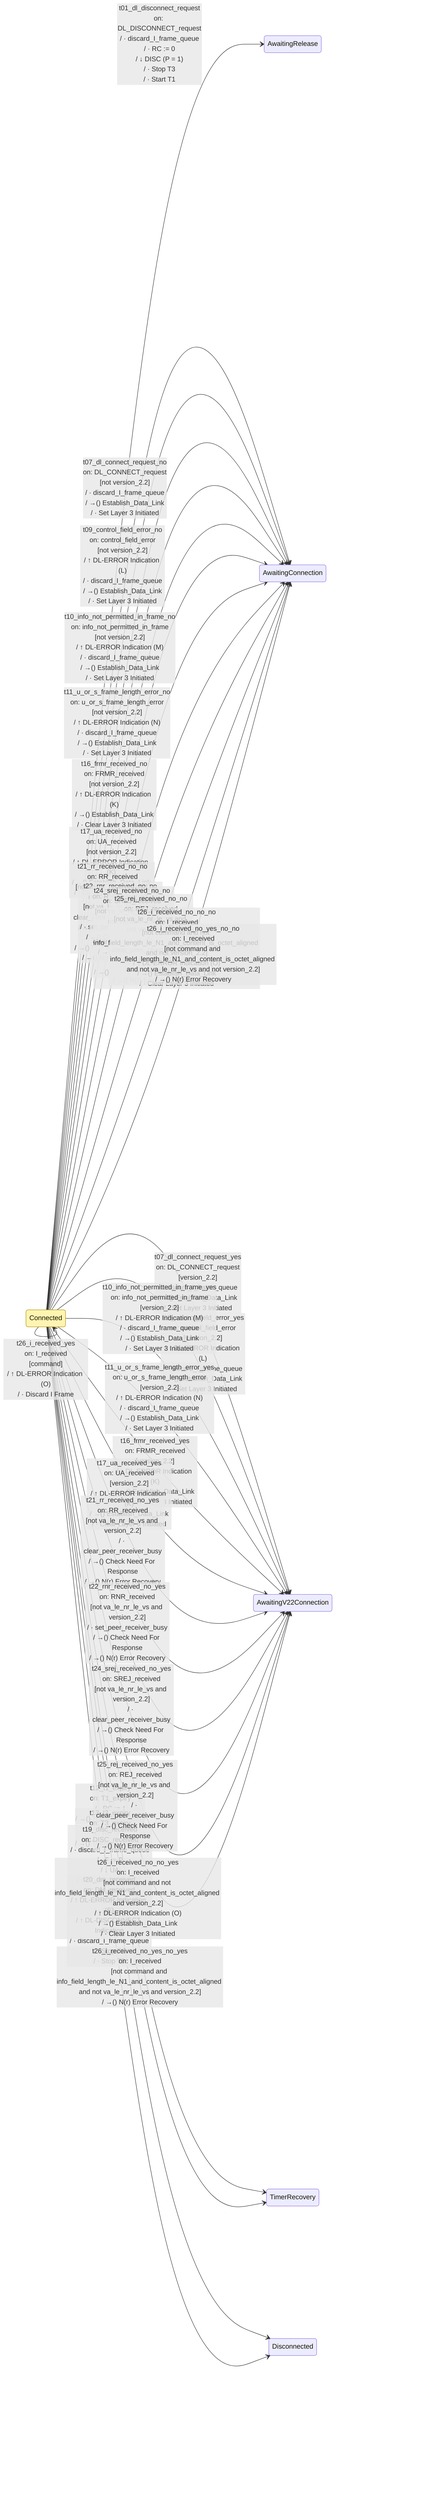
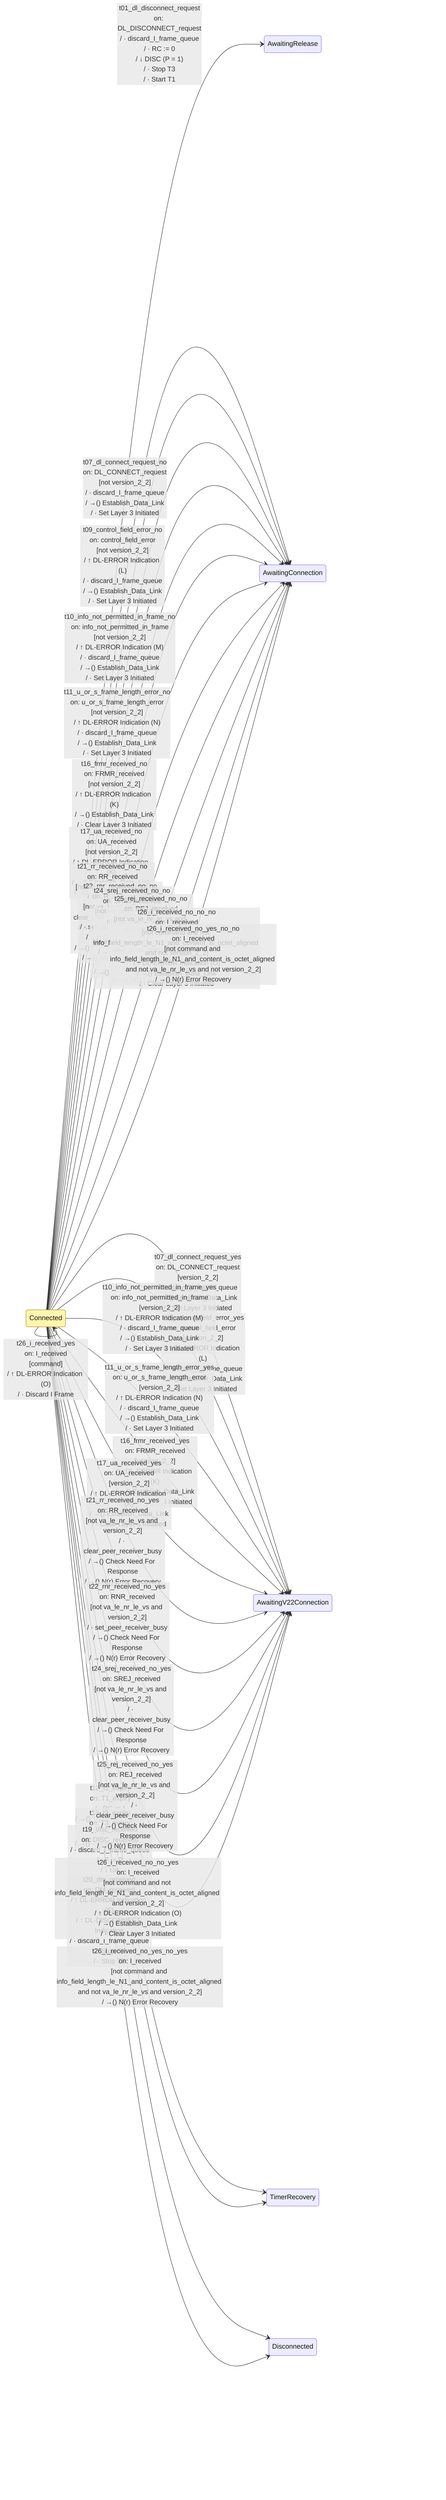
%% This file was produced by codegen/src/Packet.Sdl.CodeGen from spec-sdl/v2.2-errata/data-link/yaml/connected.sdl.yaml
%% Do not edit by hand. Run `dotnet run --project codegen/src/Packet.Sdl.CodeGen` to regenerate.
%%
%% Source: ax.25.2.2.4_Oct_25, figure figc4.4
%% Coverage: complete
%%
%% Important: this rendering is approximate and intentionally
%% looks nothing like the original SDL figure. It is a machine-
%% generated view of the transitions in the .sdl.yaml — useful
%% for spotting transcription bugs (missing transitions, wrong
%% destination state) but NOT a substitute for reading the spec
%% figure itself. See docs/sdl-primer.md.

stateDiagram-v2
    direction LR

    classDef focal fill:#fff5b1,stroke:#b08800;
    class Connected focal
    Connected --> AwaitingRelease: t01_dl_disconnect_request<br/>on: DL_DISCONNECT_request<br/>/ · discard_I_frame_queue<br/>/ · RC := 0<br/>/ ↓ DISC (P = 1)<br/>/ · Stop T3<br/>/ · Start T1
    Connected --> Connected: t02_dl_data_request<br/>on: DL_DATA_request<br/>/ ⇢ Push on I Frame Queue (note: word order?)
    Connected --> Connected: t03_i_frame_pops_off_queue_yes<br/>on: I_frame_pops_off_queue<br/>[peer_receiver_busy]<br/>/ ⇢ Push on I Frame Queue
-     Connected --> Connected: t03_i_frame_pops_off_queue_no_yes<br/>on: I_frame_pops_off_queue<br/>[not peer_receiver_busy and vs_eq_va_+_k]<br/>/ ⇢ Push on I Frame Queue
-     Connected --> Connected: t03_i_frame_pops_off_queue_no_no_no<br/>on: I_frame_pops_off_queue<br/>[not peer_receiver_busy and not vs_eq_va_+_k and not T1_running]<br/>/ · N(s) := V(s)<br/>/ · N(r) := V(r)<br/>/ · p := 0<br/>/ ↓ I Command<br/>/ · V(s) := V(s) + 1<br/>/ · Clear Acknowledge Pending<br/>/ · Stop T3<br/>/ · Start T1
-     Connected --> Connected: t03_i_frame_pops_off_queue_no_no_yes<br/>on: I_frame_pops_off_queue<br/>[not peer_receiver_busy and not vs_eq_va_+_k and T1_running]<br/>/ · N(s) := V(s)<br/>/ · N(r) := V(r)<br/>/ · p := 0<br/>/ ↓ I Command<br/>/ · V(s) := V(s) + 1<br/>/ · Clear Acknowledge Pending
+     Connected --> Connected: t03_i_frame_pops_off_queue_no_yes<br/>on: I_frame_pops_off_queue<br/>[not peer_receiver_busy and vs_eq_va_plus_k]<br/>/ ⇢ Push on I Frame Queue
+     Connected --> Connected: t03_i_frame_pops_off_queue_no_no_no<br/>on: I_frame_pops_off_queue<br/>[not peer_receiver_busy and not vs_eq_va_plus_k and not T1_running]<br/>/ · N(s) := V(s)<br/>/ · N(r) := V(r)<br/>/ · p := 0<br/>/ ↓ I Command<br/>/ · V(s) := V(s) + 1<br/>/ · Clear Acknowledge Pending<br/>/ · Stop T3<br/>/ · Start T1
+     Connected --> Connected: t03_i_frame_pops_off_queue_no_no_yes<br/>on: I_frame_pops_off_queue<br/>[not peer_receiver_busy and not vs_eq_va_plus_k and T1_running]<br/>/ · N(s) := V(s)<br/>/ · N(r) := V(r)<br/>/ · p := 0<br/>/ ↓ I Command<br/>/ · V(s) := V(s) + 1<br/>/ · Clear Acknowledge Pending
    Connected --> Connected: t04_dl_unit_data_request<br/>on: DL_UNIT_DATA_request<br/>/ ↓ UI Command
    Connected --> Connected: t05_dl_flow_off_request_yes<br/>on: DL_FLOW_OFF_request<br/>[own_receiver_busy]<br/>/ · Set Own Receiver Busy<br/>/ ↓ RNR Response<br/>/ · Clear Acknowledge Pending
    Connected --> Connected: t05_dl_flow_off_request_no<br/>on: DL_FLOW_OFF_request<br/>[not own_receiver_busy]
    Connected --> Connected: t06_dl_flow_on_request_no<br/>on: DL_FLOW_ON_request<br/>[not own_receiver_busy]
    Connected --> Connected: t06_dl_flow_on_request_yes_yes<br/>on: DL_FLOW_ON_request<br/>[own_receiver_busy and T1_running]<br/>/ · Clear Own Receiver Busy<br/>/ ↓ RR Command<br/>/ · Clear Acknowledge Pending
    Connected --> Connected: t06_dl_flow_on_request_yes_no<br/>on: DL_FLOW_ON_request<br/>[own_receiver_busy and not T1_running]<br/>/ · Clear Own Receiver Busy<br/>/ ↓ RR Command<br/>/ · Clear Acknowledge Pending<br/>/ · Stop T3<br/>/ · Start T1
-     Connected --> AwaitingConnection: t07_dl_connect_request_no<br/>on: DL_CONNECT_request<br/>[not version_2.2]<br/>/ · discard_I_frame_queue<br/>/ →() Establish_Data_Link<br/>/ · Set Layer 3 Initiated
-     Connected --> AwaitingV22Connection: t07_dl_connect_request_yes<br/>on: DL_CONNECT_request<br/>[version_2.2]<br/>/ · discard_I_frame_queue<br/>/ →() Establish_Data_Link<br/>/ · Set Layer 3 Initiated
+     Connected --> AwaitingConnection: t07_dl_connect_request_no<br/>on: DL_CONNECT_request<br/>[not version_2_2]<br/>/ · discard_I_frame_queue<br/>/ →() Establish_Data_Link<br/>/ · Set Layer 3 Initiated
+     Connected --> AwaitingV22Connection: t07_dl_connect_request_yes<br/>on: DL_CONNECT_request<br/>[version_2_2]<br/>/ · discard_I_frame_queue<br/>/ →() Establish_Data_Link<br/>/ · Set Layer 3 Initiated
    Connected --> Connected: t08_all_other_primitives__from_lower_layer<br/>on: all_other_primitives__from_lower_layer
-     Connected --> AwaitingConnection: t09_control_field_error_no<br/>on: control_field_error<br/>[not version_2.2]<br/>/ ↑ DL-ERROR Indication (L)<br/>/ · discard_I_frame_queue<br/>/ →() Establish_Data_Link<br/>/ · Set Layer 3 Initiated
-     Connected --> AwaitingV22Connection: t09_control_field_error_yes<br/>on: control_field_error<br/>[version_2.2]<br/>/ ↑ DL-ERROR Indication (L)<br/>/ · discard_I_frame_queue<br/>/ →() Establish_Data_Link<br/>/ · Set Layer 3 Initiated
-     Connected --> AwaitingConnection: t10_info_not_permitted_in_frame_no<br/>on: info_not_permitted_in_frame<br/>[not version_2.2]<br/>/ ↑ DL-ERROR Indication (M)<br/>/ · discard_I_frame_queue<br/>/ →() Establish_Data_Link<br/>/ · Set Layer 3 Initiated
-     Connected --> AwaitingV22Connection: t10_info_not_permitted_in_frame_yes<br/>on: info_not_permitted_in_frame<br/>[version_2.2]<br/>/ ↑ DL-ERROR Indication (M)<br/>/ · discard_I_frame_queue<br/>/ →() Establish_Data_Link<br/>/ · Set Layer 3 Initiated
-     Connected --> AwaitingConnection: t11_u_or_s_frame_length_error_no<br/>on: u_or_s_frame_length_error<br/>[not version_2.2]<br/>/ ↑ DL-ERROR Indication (N)<br/>/ · discard_I_frame_queue<br/>/ →() Establish_Data_Link<br/>/ · Set Layer 3 Initiated
-     Connected --> AwaitingV22Connection: t11_u_or_s_frame_length_error_yes<br/>on: u_or_s_frame_length_error<br/>[version_2.2]<br/>/ ↑ DL-ERROR Indication (N)<br/>/ · discard_I_frame_queue<br/>/ →() Establish_Data_Link<br/>/ · Set Layer 3 Initiated
+     Connected --> AwaitingConnection: t09_control_field_error_no<br/>on: control_field_error<br/>[not version_2_2]<br/>/ ↑ DL-ERROR Indication (L)<br/>/ · discard_I_frame_queue<br/>/ →() Establish_Data_Link<br/>/ · Set Layer 3 Initiated
+     Connected --> AwaitingV22Connection: t09_control_field_error_yes<br/>on: control_field_error<br/>[version_2_2]<br/>/ ↑ DL-ERROR Indication (L)<br/>/ · discard_I_frame_queue<br/>/ →() Establish_Data_Link<br/>/ · Set Layer 3 Initiated
+     Connected --> AwaitingConnection: t10_info_not_permitted_in_frame_no<br/>on: info_not_permitted_in_frame<br/>[not version_2_2]<br/>/ ↑ DL-ERROR Indication (M)<br/>/ · discard_I_frame_queue<br/>/ →() Establish_Data_Link<br/>/ · Set Layer 3 Initiated
+     Connected --> AwaitingV22Connection: t10_info_not_permitted_in_frame_yes<br/>on: info_not_permitted_in_frame<br/>[version_2_2]<br/>/ ↑ DL-ERROR Indication (M)<br/>/ · discard_I_frame_queue<br/>/ →() Establish_Data_Link<br/>/ · Set Layer 3 Initiated
+     Connected --> AwaitingConnection: t11_u_or_s_frame_length_error_no<br/>on: u_or_s_frame_length_error<br/>[not version_2_2]<br/>/ ↑ DL-ERROR Indication (N)<br/>/ · discard_I_frame_queue<br/>/ →() Establish_Data_Link<br/>/ · Set Layer 3 Initiated
+     Connected --> AwaitingV22Connection: t11_u_or_s_frame_length_error_yes<br/>on: u_or_s_frame_length_error<br/>[version_2_2]<br/>/ ↑ DL-ERROR Indication (N)<br/>/ · discard_I_frame_queue<br/>/ →() Establish_Data_Link<br/>/ · Set Layer 3 Initiated
    Connected --> TimerRecovery: t12_t1_expiry<br/>on: T1_expiry<br/>/ · RC := 1<br/>/ →() Transmit Enquery
    Connected --> TimerRecovery: t13_t3_expiry<br/>on: T3_expiry<br/>/ · RC := 1<br/>/ →() Transmit Enquery
    Connected --> Connected: t14_sabm_received_yes<br/>on: SABM_received<br/>[vs_eq_va]<br/>/ · F := P<br/>/ · set_version_2_0<br/>/ ↓ UA<br/>/ →() Clear Exception Conditions<br/>/ ↑ DL-ERROR Indication (F)<br/>/ · Stop T1<br/>/ · Start T3<br/>/ · V(a) := 0<br/>/ · V(s) := 0<br/>/ · V(r) := 0<br/>/ · RC := 0
    Connected --> Connected: t14_sabm_received_no<br/>on: SABM_received<br/>[not vs_eq_va]<br/>/ · F := P<br/>/ · set_version_2_0<br/>/ ↓ UA<br/>/ →() Clear Exception Conditions<br/>/ ↑ DL-ERROR Indication (F)<br/>/ · discard_I_frame_queue<br/>/ ↑ DL-CONNECT Indication<br/>/ · Stop T1<br/>/ · Start T3<br/>/ · V(a) := 0<br/>/ · V(s) := 0<br/>/ · V(r) := 0<br/>/ · RC := 0
    Connected --> Connected: t15_sabme_received_yes<br/>on: SABME_received<br/>[vs_eq_va]<br/>/ · F := P<br/>/ · Set Version 2.2<br/>/ ↓ UA<br/>/ →() Clear Exception Conditions<br/>/ ↑ DL-ERROR Indication (F)<br/>/ · Stop T1<br/>/ · Start T3<br/>/ · V(a) := 0<br/>/ · V(s) := 0<br/>/ · V(r) := 0<br/>/ · RC := 0
    Connected --> Connected: t15_sabme_received_no<br/>on: SABME_received<br/>[not vs_eq_va]<br/>/ · F := P<br/>/ · Set Version 2.2<br/>/ ↓ UA<br/>/ →() Clear Exception Conditions<br/>/ ↑ DL-ERROR Indication (F)<br/>/ · discard_I_frame_queue<br/>/ ↑ DL-CONNECT Indication<br/>/ · Stop T1<br/>/ · Start T3<br/>/ · V(a) := 0<br/>/ · V(s) := 0<br/>/ · V(r) := 0<br/>/ · RC := 0
-     Connected --> AwaitingConnection: t16_frmr_received_no<br/>on: FRMR_received<br/>[not version_2.2]<br/>/ ↑ DL-ERROR Indication (K)<br/>/ →() Establish_Data_Link<br/>/ · Clear Layer 3 Initiated
-     Connected --> AwaitingV22Connection: t16_frmr_received_yes<br/>on: FRMR_received<br/>[version_2.2]<br/>/ ↑ DL-ERROR Indication (K)<br/>/ →() Establish_Data_Link<br/>/ · Clear Layer 3 Initiated
-     Connected --> AwaitingConnection: t17_ua_received_no<br/>on: UA_received<br/>[not version_2.2]<br/>/ ↑ DL-ERROR Indication (K)<br/>/ →() Establish_Data_Link<br/>/ · Clear Layer 3 Initiated
-     Connected --> AwaitingV22Connection: t17_ua_received_yes<br/>on: UA_received<br/>[version_2.2]<br/>/ ↑ DL-ERROR Indication (K)<br/>/ →() Establish_Data_Link<br/>/ · Clear Layer 3 Initiated
+     Connected --> AwaitingConnection: t16_frmr_received_no<br/>on: FRMR_received<br/>[not version_2_2]<br/>/ ↑ DL-ERROR Indication (K)<br/>/ →() Establish_Data_Link<br/>/ · Clear Layer 3 Initiated
+     Connected --> AwaitingV22Connection: t16_frmr_received_yes<br/>on: FRMR_received<br/>[version_2_2]<br/>/ ↑ DL-ERROR Indication (K)<br/>/ →() Establish_Data_Link<br/>/ · Clear Layer 3 Initiated
+     Connected --> AwaitingConnection: t17_ua_received_no<br/>on: UA_received<br/>[not version_2_2]<br/>/ ↑ DL-ERROR Indication (K)<br/>/ →() Establish_Data_Link<br/>/ · Clear Layer 3 Initiated
+     Connected --> AwaitingV22Connection: t17_ua_received_yes<br/>on: UA_received<br/>[version_2_2]<br/>/ ↑ DL-ERROR Indication (K)<br/>/ →() Establish_Data_Link<br/>/ · Clear Layer 3 Initiated
    Connected --> Connected: t18_ui_received_yes<br/>on: UI_received<br/>[P_eq_1]<br/>/ →() UI Check<br/>/ →() Enquiry_Response_F_1
    Connected --> Connected: t18_ui_received_no<br/>on: UI_received<br/>[not P_eq_1]<br/>/ →() UI Check
    Connected --> Disconnected: t19_disc_received<br/>on: DISC_received<br/>/ · discard_I_frame_queue<br/>/ · F := P<br/>/ ↓ UA<br/>/ ↑ DL-DISCONNECT Indication<br/>/ · Stop T3<br/>/ · Start T1
    Connected --> Disconnected: t20_dm_received<br/>on: DM_received<br/>/ ↑ DL-ERROR Indication (E)<br/>/ ↑ DL-DISCONNECT Indication<br/>/ · discard_I_frame_queue<br/>/ · Stop T1<br/>/ · Stop T3
    Connected --> Connected: t21_rr_received_yes<br/>on: RR_received<br/>[va_le_nr_le_vs]<br/>/ · clear_peer_receiver_busy<br/>/ →() Check Need For Response<br/>/ →() Check I Frame Acknowledged
-     Connected --> AwaitingConnection: t21_rr_received_no_no<br/>on: RR_received<br/>[not va_le_nr_le_vs and not version_2.2]<br/>/ · clear_peer_receiver_busy<br/>/ →() Check Need For Response<br/>/ →() N(r) Error Recovery
-     Connected --> AwaitingV22Connection: t21_rr_received_no_yes<br/>on: RR_received<br/>[not va_le_nr_le_vs and version_2.2]<br/>/ · clear_peer_receiver_busy<br/>/ →() Check Need For Response<br/>/ →() N(r) Error Recovery
+     Connected --> AwaitingConnection: t21_rr_received_no_no<br/>on: RR_received<br/>[not va_le_nr_le_vs and not version_2_2]<br/>/ · clear_peer_receiver_busy<br/>/ →() Check Need For Response<br/>/ →() N(r) Error Recovery
+     Connected --> AwaitingV22Connection: t21_rr_received_no_yes<br/>on: RR_received<br/>[not va_le_nr_le_vs and version_2_2]<br/>/ · clear_peer_receiver_busy<br/>/ →() Check Need For Response<br/>/ →() N(r) Error Recovery
    Connected --> Connected: t22_rnr_received_yes<br/>on: RNR_received<br/>[va_le_nr_le_vs]<br/>/ · set_peer_receiver_busy<br/>/ →() Check Need For Response<br/>/ →() Check I Frame Acknowledged
-     Connected --> AwaitingConnection: t22_rnr_received_no_no<br/>on: RNR_received<br/>[not va_le_nr_le_vs and not version_2.2]<br/>/ · set_peer_receiver_busy<br/>/ →() Check Need For Response<br/>/ →() N(r) Error Recovery
-     Connected --> AwaitingV22Connection: t22_rnr_received_no_yes<br/>on: RNR_received<br/>[not va_le_nr_le_vs and version_2.2]<br/>/ · set_peer_receiver_busy<br/>/ →() Check Need For Response<br/>/ →() N(r) Error Recovery
+     Connected --> AwaitingConnection: t22_rnr_received_no_no<br/>on: RNR_received<br/>[not va_le_nr_le_vs and not version_2_2]<br/>/ · set_peer_receiver_busy<br/>/ →() Check Need For Response<br/>/ →() N(r) Error Recovery
+     Connected --> AwaitingV22Connection: t22_rnr_received_no_yes<br/>on: RNR_received<br/>[not va_le_nr_le_vs and version_2_2]<br/>/ · set_peer_receiver_busy<br/>/ →() Check Need For Response<br/>/ →() N(r) Error Recovery
    Connected --> Connected: t23_lm_seize_confirm_yes<br/>on: LM_SEIZE_confirm<br/>[ack_pending]<br/>/ · Clear Acknowledge Pending<br/>/ →() Enquiry Response (F = 0)<br/>/ ↓ LM-RELEASE Request
    Connected --> Connected: t23_lm_seize_confirm_no<br/>on: LM_SEIZE_confirm<br/>[not ack_pending]<br/>/ ↓ LM-RELEASE Request
-     Connected --> Connected: t24_srej_received_yes_yes<br/>on: SREJ_received<br/>[va_le_nr_le_vs and p/f_eq_1]<br/>/ · clear_peer_receiver_busy<br/>/ →() Check Need For Response<br/>/ · V(a) := N(r)<br/>/ · Stop T1<br/>/ · Start T3<br/>/ →() Select_T1_Value<br/>/ ⇢ Push Old I Frame N(r) on Queue<br/>/ ↓ LM-DATA Request<br/>/ · Stop T3<br/>/ · Start T1<br/>/ · Clear Acknowledge Pending
-     Connected --> Connected: t24_srej_received_yes_no<br/>on: SREJ_received<br/>[va_le_nr_le_vs and not p/f_eq_1]<br/>/ · clear_peer_receiver_busy<br/>/ →() Check Need For Response<br/>/ · Stop T1<br/>/ · Start T3<br/>/ →() Select_T1_Value<br/>/ ⇢ Push Old I Frame N(r) on Queue<br/>/ ↓ LM-DATA Request<br/>/ · Stop T3<br/>/ · Start T1<br/>/ · Clear Acknowledge Pending
-     Connected --> AwaitingConnection: t24_srej_received_no_no<br/>on: SREJ_received<br/>[not va_le_nr_le_vs and not version_2.2]<br/>/ · clear_peer_receiver_busy<br/>/ →() Check Need For Response<br/>/ →() N(r) Error Recovery
-     Connected --> AwaitingV22Connection: t24_srej_received_no_yes<br/>on: SREJ_received<br/>[not va_le_nr_le_vs and version_2.2]<br/>/ · clear_peer_receiver_busy<br/>/ →() Check Need For Response<br/>/ →() N(r) Error Recovery
-     Connected --> AwaitingConnection: t25_rej_received_no_no<br/>on: REJ_received<br/>[not va_le_nr_le_vs and not version_2.2]<br/>/ · clear_peer_receiver_busy<br/>/ →() Check Need For Response<br/>/ →() N(r) Error Recovery
-     Connected --> AwaitingV22Connection: t25_rej_received_no_yes<br/>on: REJ_received<br/>[not va_le_nr_le_vs and version_2.2]<br/>/ · clear_peer_receiver_busy<br/>/ →() Check Need For Response<br/>/ →() N(r) Error Recovery
+     Connected --> Connected: t24_srej_received_yes_yes<br/>on: SREJ_received<br/>[va_le_nr_le_vs and P_or_F_eq_1]<br/>/ · clear_peer_receiver_busy<br/>/ →() Check Need For Response<br/>/ · V(a) := N(r)<br/>/ · Stop T1<br/>/ · Start T3<br/>/ →() Select_T1_Value<br/>/ ⇢ Push Old I Frame N(r) on Queue<br/>/ ↓ LM-DATA Request<br/>/ · Stop T3<br/>/ · Start T1<br/>/ · Clear Acknowledge Pending
+     Connected --> Connected: t24_srej_received_yes_no<br/>on: SREJ_received<br/>[va_le_nr_le_vs and not P_or_F_eq_1]<br/>/ · clear_peer_receiver_busy<br/>/ →() Check Need For Response<br/>/ · Stop T1<br/>/ · Start T3<br/>/ →() Select_T1_Value<br/>/ ⇢ Push Old I Frame N(r) on Queue<br/>/ ↓ LM-DATA Request<br/>/ · Stop T3<br/>/ · Start T1<br/>/ · Clear Acknowledge Pending
+     Connected --> AwaitingConnection: t24_srej_received_no_no<br/>on: SREJ_received<br/>[not va_le_nr_le_vs and not version_2_2]<br/>/ · clear_peer_receiver_busy<br/>/ →() Check Need For Response<br/>/ →() N(r) Error Recovery
+     Connected --> AwaitingV22Connection: t24_srej_received_no_yes<br/>on: SREJ_received<br/>[not va_le_nr_le_vs and version_2_2]<br/>/ · clear_peer_receiver_busy<br/>/ →() Check Need For Response<br/>/ →() N(r) Error Recovery
+     Connected --> AwaitingConnection: t25_rej_received_no_no<br/>on: REJ_received<br/>[not va_le_nr_le_vs and not version_2_2]<br/>/ · clear_peer_receiver_busy<br/>/ →() Check Need For Response<br/>/ →() N(r) Error Recovery
+     Connected --> AwaitingV22Connection: t25_rej_received_no_yes<br/>on: REJ_received<br/>[not va_le_nr_le_vs and version_2_2]<br/>/ · clear_peer_receiver_busy<br/>/ →() Check Need For Response<br/>/ →() N(r) Error Recovery
    Connected --> Connected: t25_rej_received_yes<br/>on: REJ_received<br/>[va_le_nr_le_vs]<br/>/ · clear_peer_receiver_busy<br/>/ →() Check Need For Response<br/>/ · V(a) := N(r)<br/>/ · Start T1<br/>/ · Stop T3<br/>/ · Clear Acknowledge Pending<br/>/ →() Select_T1_Value<br/>/ →() Invoke Retransmission
-     Connected --> AwaitingConnection: t26_i_received_no_no_no<br/>on: I_received<br/>[not command and not info_field_length_le_N1_and_content_is_octet_aligned and not version_2.2]<br/>/ ↑ DL-ERROR Indication (O)<br/>/ →() Establish_Data_Link<br/>/ · Clear Layer 3 Initiated
-     Connected --> AwaitingV22Connection: t26_i_received_no_no_yes<br/>on: I_received<br/>[not command and not info_field_length_le_N1_and_content_is_octet_aligned and version_2.2]<br/>/ ↑ DL-ERROR Indication (O)<br/>/ →() Establish_Data_Link<br/>/ · Clear Layer 3 Initiated
-     Connected --> AwaitingConnection: t26_i_received_no_yes_no_no<br/>on: I_received<br/>[not command and info_field_length_le_N1_and_content_is_octet_aligned and not va_le_nr_le_vs and not version_2.2]<br/>/ →() N(r) Error Recovery
-     Connected --> AwaitingV22Connection: t26_i_received_no_yes_no_yes<br/>on: I_received<br/>[not command and info_field_length_le_N1_and_content_is_octet_aligned and not va_le_nr_le_vs and version_2.2]<br/>/ →() N(r) Error Recovery
+     Connected --> AwaitingConnection: t26_i_received_no_no_no<br/>on: I_received<br/>[not command and not info_field_length_le_N1_and_content_is_octet_aligned and not version_2_2]<br/>/ ↑ DL-ERROR Indication (O)<br/>/ →() Establish_Data_Link<br/>/ · Clear Layer 3 Initiated
+     Connected --> AwaitingV22Connection: t26_i_received_no_no_yes<br/>on: I_received<br/>[not command and not info_field_length_le_N1_and_content_is_octet_aligned and version_2_2]<br/>/ ↑ DL-ERROR Indication (O)<br/>/ →() Establish_Data_Link<br/>/ · Clear Layer 3 Initiated
+     Connected --> AwaitingConnection: t26_i_received_no_yes_no_no<br/>on: I_received<br/>[not command and info_field_length_le_N1_and_content_is_octet_aligned and not va_le_nr_le_vs and not version_2_2]<br/>/ →() N(r) Error Recovery
+     Connected --> AwaitingV22Connection: t26_i_received_no_yes_no_yes<br/>on: I_received<br/>[not command and info_field_length_le_N1_and_content_is_octet_aligned and not va_le_nr_le_vs and version_2_2]<br/>/ →() N(r) Error Recovery
    Connected --> Connected: t26_i_received_no_yes_yes_no_yes_no_no_no<br/>on: I_received<br/>[not command and info_field_length_le_N1_and_content_is_octet_aligned and va_le_nr_le_vs and not own_receiver_busy and ns_eq_vr and not P_eq_1 and not ack_pending]<br/>/ →() Check_I_Frame_Acknowledged<br/>/ · V(r) := V(r) + 1<br/>/ · Clear Reject Exception<br/>/ · Decrement Sreject Exception if > 0<br/>/ ↑ DL-DATA Indication<br/>/ ↓ LM-SEIZE Request<br/>/ · set_acknowledge_pending
    Connected --> Connected: t26_i_received_no_yes_yes_no_yes_no_no_yes<br/>on: I_received<br/>[not command and info_field_length_le_N1_and_content_is_octet_aligned and va_le_nr_le_vs and not own_receiver_busy and ns_eq_vr and not P_eq_1 and ack_pending]<br/>/ →() Check_I_Frame_Acknowledged<br/>/ · V(r) := V(r) + 1<br/>/ · Clear Reject Exception<br/>/ · Decrement Sreject Exception if > 0<br/>/ ↑ DL-DATA Indication
    Connected --> Connected: t26_i_received_no_yes_yes_no_yes_no_yes<br/>on: I_received<br/>[not command and info_field_length_le_N1_and_content_is_octet_aligned and va_le_nr_le_vs and not own_receiver_busy and ns_eq_vr and P_eq_1]<br/>/ →() Check_I_Frame_Acknowledged<br/>/ · V(r) := V(r) + 1<br/>/ · Clear Reject Exception<br/>/ · Decrement Sreject Exception if > 0<br/>/ ↑ DL-DATA Indication<br/>/ · F := 1<br/>/ · N(r) := V(r)<br/>/ ↓ RR<br/>/ · Clear Acknowledge Pending
    Connected --> Connected: t26_i_received_no_yes_yes_no_no_yes_yes<br/>on: I_received<br/>[not command and info_field_length_le_N1_and_content_is_octet_aligned and va_le_nr_le_vs and not own_receiver_busy and not ns_eq_vr and reject_exception and P_eq_1]<br/>/ →() Check_I_Frame_Acknowledged<br/>/ · Discard Contents of I Frame<br/>/ · F := 1<br/>/ · N(r) := V(r)<br/>/ ↓ RR<br/>/ · Clear Acknowledge Pending
    Connected --> Connected: t26_i_received_no_yes_yes_no_no_yes_no<br/>on: I_received<br/>[not command and info_field_length_le_N1_and_content_is_octet_aligned and va_le_nr_le_vs and not own_receiver_busy and not ns_eq_vr and reject_exception and not P_eq_1]<br/>/ →() Check_I_Frame_Acknowledged<br/>/ · Discard Contents of I Frame
    Connected --> Connected: t26_i_received_no_yes_yes_no_no_no_no<br/>on: I_received<br/>[not command and info_field_length_le_N1_and_content_is_octet_aligned and va_le_nr_le_vs and not own_receiver_busy and not ns_eq_vr and not reject_exception and not SREJ_enabled]<br/>/ →() Check_I_Frame_Acknowledged<br/>/ · Discard Contents of I Frame<br/>/ · Set Reject Exception<br/>/ · F := P<br/>/ · N(r) := V(r)<br/>/ ↓ REJ<br/>/ · Clear Acknowledge Pending
    Connected --> Connected: t26_i_received_no_yes_yes_no_no_no_yes_yes<br/>on: I_received<br/>[not command and info_field_length_le_N1_and_content_is_octet_aligned and va_le_nr_le_vs and not own_receiver_busy and not ns_eq_vr and not reject_exception and SREJ_enabled and sreject_exception_gt_0]<br/>/ →() Check_I_Frame_Acknowledged<br/>/ · Save Contents of I Frame<br/>/ · N(r) := N(s)<br/>/ · F := 0<br/>/ · Increment Sreject Exception<br/>/ ↓ SREJ
-     Connected --> Connected: t26_i_received_no_yes_yes_no_no_no_yes_no_yes<br/>on: I_received<br/>[not command and info_field_length_le_N1_and_content_is_octet_aligned and va_le_nr_le_vs and not own_receiver_busy and not ns_eq_vr and not reject_exception and SREJ_enabled and not sreject_exception_gt_0 and ns_gt_vr_+_1]<br/>/ →() Check_I_Frame_Acknowledged<br/>/ · Save Contents of I Frame<br/>/ · Discard Contents of I Frame<br/>/ · Set Reject Exception<br/>/ · F := P<br/>/ · N(r) := V(r)<br/>/ ↓ REJ<br/>/ · Clear Acknowledge Pending
-     Connected --> Connected: t26_i_received_no_yes_yes_no_no_no_yes_no_no<br/>on: I_received<br/>[not command and info_field_length_le_N1_and_content_is_octet_aligned and va_le_nr_le_vs and not own_receiver_busy and not ns_eq_vr and not reject_exception and SREJ_enabled and not sreject_exception_gt_0 and not ns_gt_vr_+_1]<br/>/ →() Check_I_Frame_Acknowledged<br/>/ · Save Contents of I Frame<br/>/ · N(r) := V(r)<br/>/ · F := 1<br/>/ · Increment Sreject Exception<br/>/ ↓ SREJ
+     Connected --> Connected: t26_i_received_no_yes_yes_no_no_no_yes_no_yes<br/>on: I_received<br/>[not command and info_field_length_le_N1_and_content_is_octet_aligned and va_le_nr_le_vs and not own_receiver_busy and not ns_eq_vr and not reject_exception and SREJ_enabled and not sreject_exception_gt_0 and ns_gt_vr_plus_1]<br/>/ →() Check_I_Frame_Acknowledged<br/>/ · Save Contents of I Frame<br/>/ · Discard Contents of I Frame<br/>/ · Set Reject Exception<br/>/ · F := P<br/>/ · N(r) := V(r)<br/>/ ↓ REJ<br/>/ · Clear Acknowledge Pending
+     Connected --> Connected: t26_i_received_no_yes_yes_no_no_no_yes_no_no<br/>on: I_received<br/>[not command and info_field_length_le_N1_and_content_is_octet_aligned and va_le_nr_le_vs and not own_receiver_busy and not ns_eq_vr and not reject_exception and SREJ_enabled and not sreject_exception_gt_0 and not ns_gt_vr_plus_1]<br/>/ →() Check_I_Frame_Acknowledged<br/>/ · Save Contents of I Frame<br/>/ · N(r) := V(r)<br/>/ · F := 1<br/>/ · Increment Sreject Exception<br/>/ ↓ SREJ
    Connected --> Connected: t26_i_received_no_yes_yes_yes_yes<br/>on: I_received<br/>[not command and info_field_length_le_N1_and_content_is_octet_aligned and va_le_nr_le_vs and own_receiver_busy and P_eq_1]<br/>/ →() Check_I_Frame_Acknowledged<br/>/ · Discard Contents of I Frame<br/>/ · F := 1<br/>/ · N(r) := V(r)<br/>/ ↓ RR<br/>/ · Clear Acknowledge Pending
    Connected --> Connected: t26_i_received_no_yes_yes_yes_no<br/>on: I_received<br/>[not command and info_field_length_le_N1_and_content_is_octet_aligned and va_le_nr_le_vs and own_receiver_busy and not P_eq_1]<br/>/ →() Check_I_Frame_Acknowledged<br/>/ · Discard Contents of I Frame
    Connected --> Connected: t26_i_received_yes<br/>on: I_received<br/>[command]<br/>/ ↑ DL-ERROR Indication (O)<br/>/ · Discard I Frame
